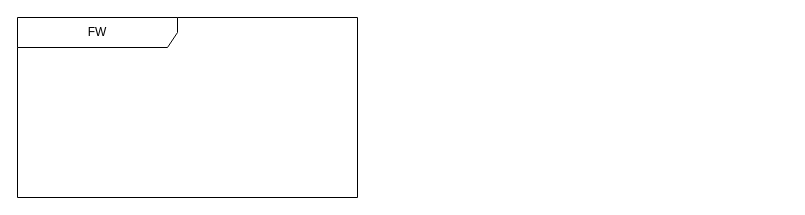
Before: HomeNetwork.drawio in lich-wang/home-nas, a draw.io diagram. Source tidied: cells renumbered, new cells numbered last; positions are measured from the earlier drawing's top-left corner, leaving out a move shared by most shapes. Both pictures are drawn from the tidied source at 100%, with x=0, y=0 at pixel (17, 17).
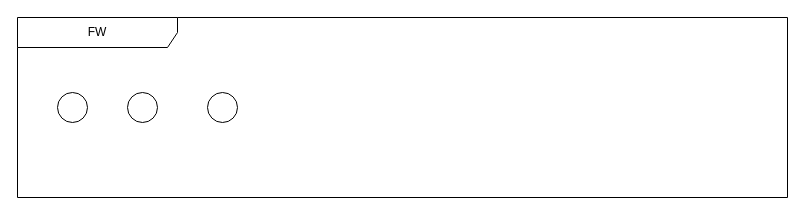
The same page after the edit.

Diff of the diagram source:
```diff
@@
 <mxGraphModel>
   <root>
     <mxCell id="0" />
     <mxCell id="1" parent="0" />
     <mxCell id="2" value="FW" style="shape=umlFrame;whiteSpace=wrap;html=1;width=160;" parent="1" vertex="1">
-      <mxGeometry width="340" height="180" as="geometry" />
+      <mxGeometry width="770" height="180" as="geometry" />
     </mxCell>
+    <mxCell id="3" style="ellipse;" parent="2" vertex="1">
+      <mxGeometry x="40" y="75" width="30" height="30" as="geometry" />
+    </mxCell>
+    <mxCell id="4" style="ellipse;" parent="2" vertex="1">
+      <mxGeometry x="190" y="75" width="30" height="30" as="geometry" />
+    </mxCell>
+    <mxCell id="5" style="ellipse;" parent="2" vertex="1">
+      <mxGeometry x="110" y="75" width="30" height="30" as="geometry" />
+    </mxCell>
   </root>
 </mxGraphModel>
```
